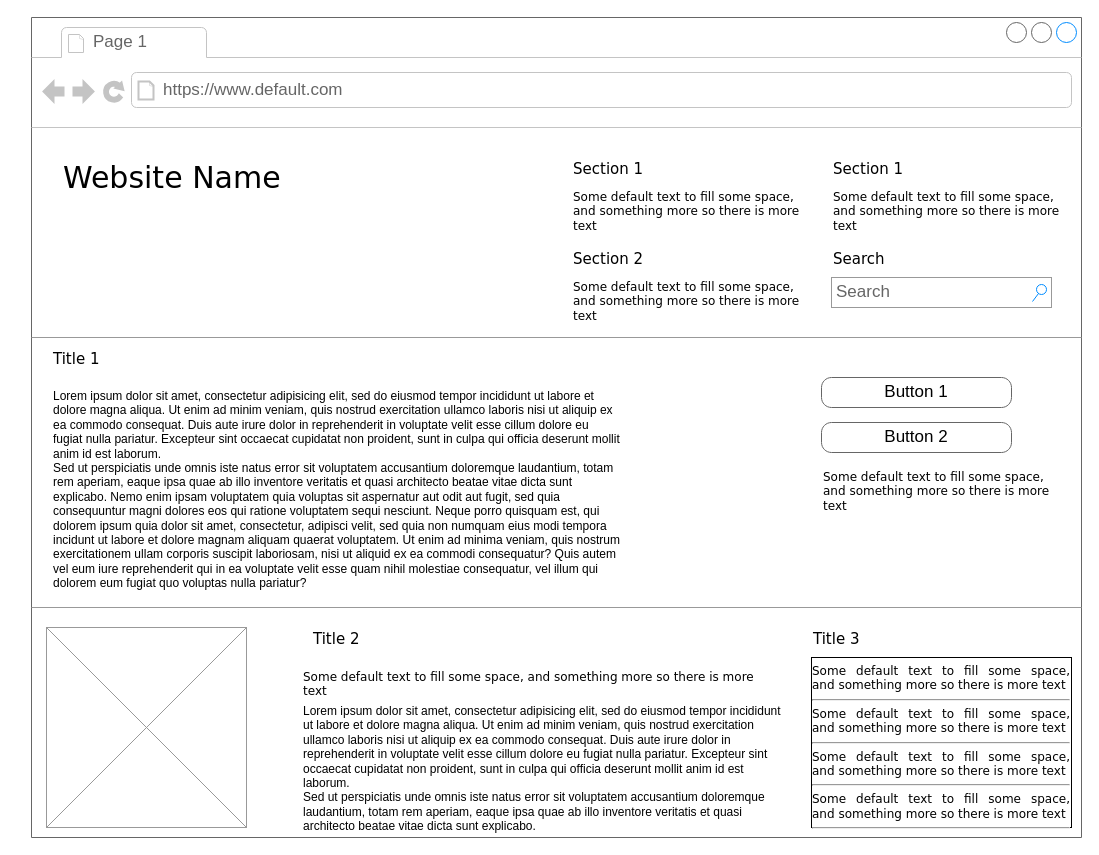
The draw.io diagram Amazing_stargazing.drawio in celia10335/Disenyo-interfaces, before the edit. Source tidied: cells renumbered, new cells numbered last; positions are measured from the earlier drawing's top-left corner, leaving out a move shared by most shapes. Both pictures are drawn from the tidied source at 100%, with x=0, y=0 at pixel (31, 17).
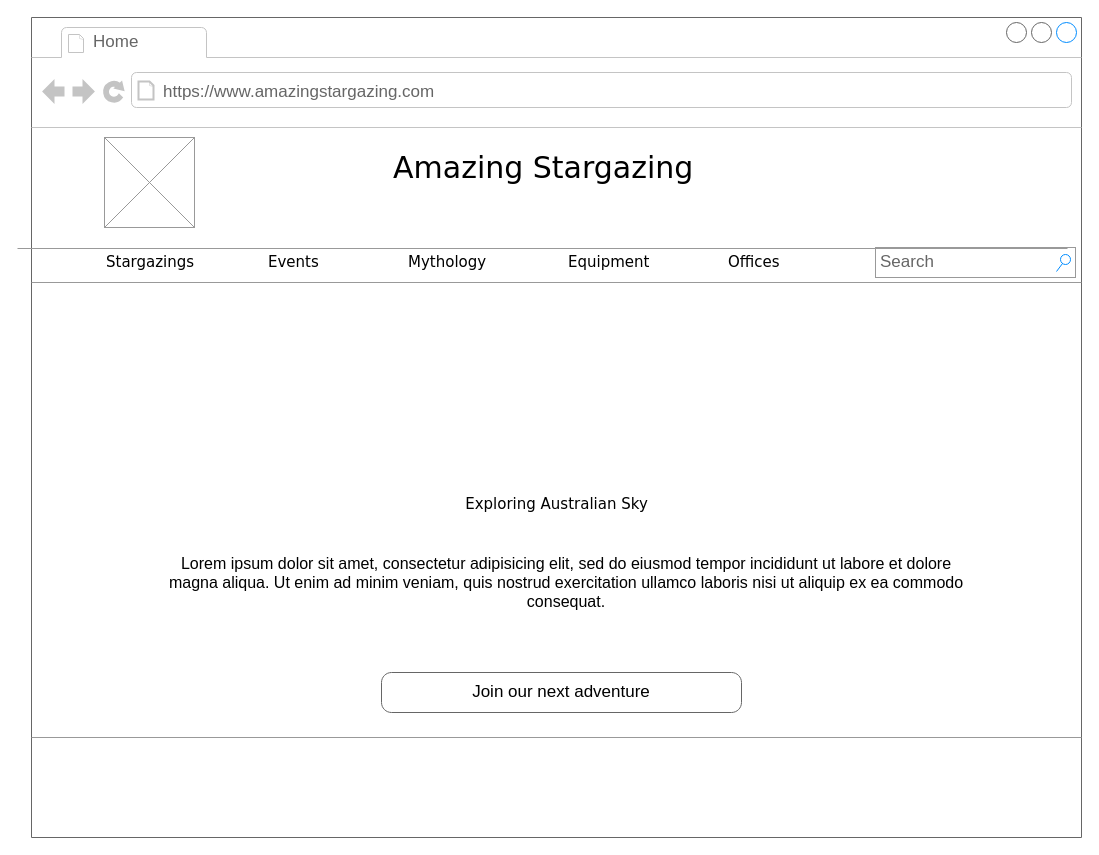
The same diagram, later.

The change refers to these unchanged cells:
```xml
<mxCell id="2" style="strokeWidth=1;shadow=0;dashed=0;align=center;html=1;shape=mxgraph.mockup.containers.browserWindow;rSize=0;strokeColor=#666666;mainText=,;rounded=0;labelBackgroundColor=none;fontFamily=Verdana;fontSize=12;" parent="1" vertex="1">
  <mxGeometry width="1050" height="820" as="geometry" />
</mxCell>
```

Change to the diagram source:
```diff
@@
-    <mxCell id="3" value="Page 1" style="strokeWidth=1;shadow=0;dashed=0;align=center;html=1;shape=mxgraph.mockup.containers.anchor;fontSize=17;fontColor=#666666;align=left;" parent="2" vertex="1">
-      <mxGeometry x="60" y="12" width="110" height="26" as="geometry" />
+    <mxCell id="3" value="Home" style="strokeWidth=1;shadow=0;dashed=0;align=center;html=1;shape=mxgraph.mockup.containers.anchor;fontSize=17;fontColor=#666666;align=left;" parent="2" vertex="1">
+      <mxGeometry x="60" y="12" width="100" height="26" as="geometry" />
     </mxCell>
-    <mxCell id="4" value="https://www.default.com" style="strokeWidth=1;shadow=0;dashed=0;align=center;html=1;shape=mxgraph.mockup.containers.anchor;rSize=0;fontSize=17;fontColor=#666666;align=left;" parent="2" vertex="1">
-      <mxGeometry x="130" y="60" width="250" height="26" as="geometry" />
+    <mxCell id="4" value="https://www.amazingstargazing.com" style="strokeWidth=1;shadow=0;dashed=0;align=center;html=1;shape=mxgraph.mockup.containers.anchor;rSize=0;fontSize=17;fontColor=#666666;align=left;" parent="2" vertex="1">
+      <mxGeometry x="130" y="60" width="250" height="30" as="geometry" />
     </mxCell>
-    <mxCell id="5" value="Website Name" style="text;html=1;align=left;verticalAlign=top;spacingTop=-4;fontSize=30;fontFamily=Verdana;" parent="2" vertex="1">
-      <mxGeometry x="30" y="140" width="340" height="50" as="geometry" />
+    <mxCell id="5" value="Amazing Stargazing" style="text;html=1;align=left;verticalAlign=top;spacingTop=-4;fontSize=30;fontFamily=Verdana;" parent="2" vertex="1">
+      <mxGeometry x="360" y="130" width="340" height="50" as="geometry" />
     </mxCell>
-    <mxCell id="6" value="Section 1" style="text;html=1;align=left;verticalAlign=top;spacingTop=-4;fontSize=15;fontFamily=Verdana;" parent="2" vertex="1">
-      <mxGeometry x="540" y="140" width="170" height="30" as="geometry" />
+    <mxCell id="6" value="Stargazings" style="text;html=1;align=left;verticalAlign=top;spacingTop=-4;fontSize=15;fontFamily=Verdana;" parent="2" vertex="1">
+      <mxGeometry x="73" y="233" width="110" height="30" as="geometry" />
     </mxCell>
-    <mxCell id="7" value="Some default text to fill some space, and&amp;nbsp;&lt;span&gt;something more so there is more text&lt;/span&gt;" style="text;html=1;align=left;verticalAlign=top;spacingTop=-4;fontSize=12;fontFamily=Verdana;whiteSpace=wrap;" parent="2" vertex="1">
-      <mxGeometry x="540" y="170" width="240" height="40" as="geometry" />
-    </mxCell>
-    <mxCell id="8" value="Section 2" style="text;html=1;align=left;verticalAlign=top;spacingTop=-4;fontSize=15;fontFamily=Verdana;" parent="2" vertex="1">
-      <mxGeometry x="540" y="230" width="170" height="30" as="geometry" />
+    <mxCell id="8" value="Events" style="text;html=1;align=left;verticalAlign=top;spacingTop=-4;fontSize=15;fontFamily=Verdana;" parent="2" vertex="1">
+      <mxGeometry x="235" y="233" width="100" height="30" as="geometry" />
     </mxCell>
-    <mxCell id="9" value="Some default text to fill some space, and&amp;nbsp;&lt;span&gt;something more so there is more text&lt;/span&gt;" style="text;html=1;align=left;verticalAlign=top;spacingTop=-4;fontSize=12;fontFamily=Verdana;whiteSpace=wrap;" parent="2" vertex="1">
-      <mxGeometry x="540" y="260" width="240" height="40" as="geometry" />
-    </mxCell>
-    <mxCell id="10" value="Section 1" style="text;html=1;align=left;verticalAlign=top;spacingTop=-4;fontSize=15;fontFamily=Verdana;" parent="2" vertex="1">
-      <mxGeometry x="800" y="140" width="170" height="30" as="geometry" />
+    <mxCell id="10" value="Mythology" style="text;html=1;align=left;verticalAlign=top;spacingTop=-4;fontSize=15;fontFamily=Verdana;" parent="2" vertex="1">
+      <mxGeometry x="375" y="233" width="110" height="30" as="geometry" />
     </mxCell>
-    <mxCell id="11" value="Some default text to fill some space, and&amp;nbsp;&lt;span&gt;something more so there is more text&lt;/span&gt;" style="text;html=1;align=left;verticalAlign=top;spacingTop=-4;fontSize=12;fontFamily=Verdana;whiteSpace=wrap;" parent="2" vertex="1">
-      <mxGeometry x="800" y="170" width="240" height="40" as="geometry" />
-    </mxCell>
-    <mxCell id="12" value="Search" style="text;html=1;align=left;verticalAlign=top;spacingTop=-4;fontSize=15;fontFamily=Verdana;" parent="2" vertex="1">
-      <mxGeometry x="800" y="230" width="170" height="30" as="geometry" />
-    </mxCell>
     <mxCell id="13" value="Search" style="strokeWidth=1;shadow=0;dashed=0;align=center;html=1;shape=mxgraph.mockup.forms.searchBox;strokeColor=#999999;mainText=;strokeColor2=#008cff;fontColor=#666666;fontSize=17;align=left;spacingLeft=3;rounded=0;labelBackgroundColor=none;" parent="2" vertex="1">
-      <mxGeometry x="800" y="260" width="220" height="30" as="geometry" />
+      <mxGeometry x="844" y="230" width="200" height="30" as="geometry" />
     </mxCell>
     <mxCell id="14" style="verticalLabelPosition=bottom;shadow=0;dashed=0;align=center;html=1;verticalAlign=top;strokeWidth=1;shape=mxgraph.mockup.markup.line;strokeColor=#999999;rounded=0;labelBackgroundColor=none;fillColor=#ffffff;fontFamily=Verdana;fontSize=12;fontColor=#000000;" parent="2" vertex="1">
-      <mxGeometry y="310" width="1050" height="20" as="geometry" />
+      <mxGeometry y="255" width="1050" height="20" as="geometry" />
     </mxCell>
-    <mxCell id="15" value="Title 1" style="text;html=1;align=left;verticalAlign=top;spacingTop=-4;fontSize=15;fontFamily=Verdana;" parent="2" vertex="1">
-      <mxGeometry x="20" y="330" width="170" height="30" as="geometry" />
+    <mxCell id="15" value="Exploring Australian Sky" style="text;html=1;align=center;verticalAlign=top;spacingTop=-4;fontSize=15;fontFamily=Verdana;" parent="2" vertex="1">
+      <mxGeometry x="415" y="475" width="220" height="30" as="geometry" />
     </mxCell>
-    <mxCell id="16" value="Lorem ipsum dolor sit amet, consectetur adipisicing elit, sed do eiusmod tempor incididunt ut labore et dolore magna aliqua. Ut enim ad minim veniam, quis nostrud exercitation ullamco laboris nisi ut aliquip ex ea commodo consequat. Duis aute irure dolor in reprehenderit in voluptate velit esse cillum dolore eu fugiat nulla pariatur. Excepteur sint occaecat cupidatat non proident, sunt in culpa qui officia deserunt mollit anim id est laborum.&#10;Sed ut perspiciatis unde omnis iste natus error sit voluptatem accusantium doloremque laudantium, totam rem aperiam, eaque ipsa quae ab illo inventore veritatis et quasi architecto beatae vitae dicta sunt explicabo. Nemo enim ipsam voluptatem quia voluptas sit aspernatur aut odit aut fugit, sed quia consequuntur magni dolores eos qui ratione voluptatem sequi nesciunt. Neque porro quisquam est, qui dolorem ipsum quia dolor sit amet, consectetur, adipisci velit, sed quia non numquam eius modi tempora incidunt ut labore et dolore magnam aliquam quaerat voluptatem. Ut enim ad minima veniam, quis nostrum exercitationem ullam corporis suscipit laboriosam, nisi ut aliquid ex ea commodi consequatur? Quis autem vel eum iure reprehenderit qui in ea voluptate velit esse quam nihil molestiae consequatur, vel illum qui dolorem eum fugiat quo voluptas nulla pariatur?" style="text;spacingTop=-5;whiteSpace=wrap;html=1;align=left;fontSize=12;fontFamily=Helvetica;fillColor=none;strokeColor=none;rounded=0;shadow=1;labelBackgroundColor=none;" parent="2" vertex="1">
-      <mxGeometry x="20" y="370" width="570" height="240" as="geometry" />
+    <mxCell id="16" value="Lorem ipsum dolor sit amet, consectetur adipisicing elit, sed do eiusmod tempor incididunt ut labore et dolore magna aliqua. Ut enim ad minim veniam, quis nostrud exercitation ullamco laboris nisi ut aliquip ex ea commodo consequat." style="text;spacingTop=-5;whiteSpace=wrap;html=1;align=center;fontSize=16;fontFamily=Helvetica;fillColor=none;strokeColor=none;rounded=0;shadow=1;labelBackgroundColor=none;" parent="2" vertex="1">
+      <mxGeometry x="135" y="535" width="800" height="60" as="geometry" />
     </mxCell>
-    <mxCell id="17" value="Button 1" style="strokeWidth=1;shadow=0;dashed=0;align=center;html=1;shape=mxgraph.mockup.buttons.button;strokeColor=#666666;mainText=;buttonStyle=round;fontSize=17;fontStyle=0;fillColor=none;whiteSpace=wrap;rounded=0;labelBackgroundColor=none;" parent="2" vertex="1">
-      <mxGeometry x="790" y="360" width="190" height="30" as="geometry" />
+    <mxCell id="17" value="Join our next adventure" style="strokeWidth=1;shadow=0;dashed=0;align=center;html=1;shape=mxgraph.mockup.buttons.button;strokeColor=#666666;mainText=;buttonStyle=round;fontSize=17;fontStyle=0;fillColor=none;whiteSpace=wrap;rounded=0;labelBackgroundColor=none;" parent="2" vertex="1">
+      <mxGeometry x="350" y="655" width="360" height="40" as="geometry" />
     </mxCell>
-    <mxCell id="18" value="Button 2" style="strokeWidth=1;shadow=0;dashed=0;align=center;html=1;shape=mxgraph.mockup.buttons.button;strokeColor=#666666;mainText=;buttonStyle=round;fontSize=17;fontStyle=0;fillColor=none;whiteSpace=wrap;rounded=0;labelBackgroundColor=none;" parent="2" vertex="1">
-      <mxGeometry x="790" y="405" width="190" height="30" as="geometry" />
-    </mxCell>
-    <mxCell id="19" value="Some default text to fill some space, and&amp;nbsp;&lt;span&gt;something more so there is more text&lt;/span&gt;" style="text;html=1;align=left;verticalAlign=top;spacingTop=-4;fontSize=12;fontFamily=Verdana;whiteSpace=wrap;" parent="2" vertex="1">
-      <mxGeometry x="790" y="450" width="240" height="40" as="geometry" />
-    </mxCell>
     <mxCell id="20" style="verticalLabelPosition=bottom;shadow=0;dashed=0;align=center;html=1;verticalAlign=top;strokeWidth=1;shape=mxgraph.mockup.markup.line;strokeColor=#999999;rounded=0;labelBackgroundColor=none;fillColor=#ffffff;fontFamily=Verdana;fontSize=12;fontColor=#000000;" parent="2" vertex="1">
-      <mxGeometry y="580" width="1050" height="20" as="geometry" />
+      <mxGeometry y="710" width="1050" height="20" as="geometry" />
     </mxCell>
-    <mxCell id="21" style="verticalLabelPosition=bottom;shadow=0;dashed=0;align=center;html=1;verticalAlign=top;strokeWidth=1;shape=mxgraph.mockup.graphics.simpleIcon;strokeColor=#999999;fillColor=#ffffff;rounded=0;labelBackgroundColor=none;fontFamily=Verdana;fontSize=12;fontColor=#000000;" parent="2" vertex="1">
-      <mxGeometry x="15" y="610" width="200" height="200" as="geometry" />
-    </mxCell>
-    <mxCell id="22" value="Title 2" style="text;html=1;align=left;verticalAlign=top;spacingTop=-4;fontSize=15;fontFamily=Verdana;" parent="2" vertex="1">
-      <mxGeometry x="280" y="610" width="170" height="30" as="geometry" />
-    </mxCell>
-    <mxCell id="23" value="Title 3" style="text;html=1;align=left;verticalAlign=top;spacingTop=-4;fontSize=15;fontFamily=Verdana;" parent="2" vertex="1">
-      <mxGeometry x="780" y="610" width="170" height="30" as="geometry" />
-    </mxCell>
-    <mxCell id="24" value="&lt;div style=&quot;text-align: justify&quot;&gt;&lt;span&gt;Some default text to fill some space, and&amp;nbsp;&lt;/span&gt;&lt;span&gt;something more so there is more text&lt;/span&gt;&lt;/div&gt;&lt;div style=&quot;text-align: justify&quot;&gt;&lt;hr id=&quot;null&quot; style=&quot;text-align: justify&quot;&gt;&lt;span&gt;&lt;div style=&quot;text-align: justify&quot;&gt;&lt;span&gt;Some default text to fill some space, and&amp;nbsp;&lt;/span&gt;&lt;span&gt;something more so there is more text&lt;/span&gt;&lt;/div&gt;&lt;/span&gt;&lt;/div&gt;&lt;hr id=&quot;null&quot; style=&quot;text-align: justify&quot;&gt;&lt;span&gt;&lt;div style=&quot;text-align: justify&quot;&gt;&lt;span&gt;Some default text to fill some space, and&amp;nbsp;&lt;/span&gt;&lt;span&gt;something more so there is more text&lt;/span&gt;&lt;/div&gt;&lt;/span&gt;&lt;hr id=&quot;null&quot; style=&quot;text-align: justify&quot;&gt;&lt;span&gt;&lt;div style=&quot;text-align: justify&quot;&gt;&lt;span&gt;Some default text to fill some space, and&amp;nbsp;&lt;/span&gt;&lt;span&gt;something more so there is more text&lt;/span&gt;&lt;/div&gt;&lt;/span&gt;&lt;hr id=&quot;null&quot; style=&quot;text-align: left&quot;&gt;" style="whiteSpace=wrap;html=1;rounded=0;shadow=0;labelBackgroundColor=none;strokeWidth=1;fontFamily=Verdana;fontSize=12;align=center;verticalAlign=top;" parent="2" vertex="1">
-      <mxGeometry x="780" y="640" width="260" height="170" as="geometry" />
-    </mxCell>
-    <mxCell id="25" value="Some default text to fill some space, and&amp;nbsp;&lt;span&gt;something more so there is more text&lt;/span&gt;" style="text;html=1;align=left;verticalAlign=top;spacingTop=-4;fontSize=12;fontFamily=Verdana;whiteSpace=wrap;" parent="2" vertex="1">
-      <mxGeometry x="270" y="650" width="470" height="40" as="geometry" />
-    </mxCell>
-    <mxCell id="26" value="Lorem ipsum dolor sit amet, consectetur adipisicing elit, sed do eiusmod tempor incididunt ut labore et dolore magna aliqua. Ut enim ad minim veniam, quis nostrud exercitation ullamco laboris nisi ut aliquip ex ea commodo consequat. Duis aute irure dolor in reprehenderit in voluptate velit esse cillum dolore eu fugiat nulla pariatur. Excepteur sint occaecat cupidatat non proident, sunt in culpa qui officia deserunt mollit anim id est laborum.&lt;br&gt;Sed ut perspiciatis unde omnis iste natus error sit voluptatem accusantium doloremque laudantium, totam rem aperiam, eaque ipsa quae ab illo inventore veritatis et quasi architecto beatae vitae dicta sunt explicabo.&amp;nbsp;" style="text;spacingTop=-5;whiteSpace=wrap;html=1;align=left;fontSize=12;fontFamily=Helvetica;fillColor=none;strokeColor=none;rounded=0;shadow=1;labelBackgroundColor=none;" parent="1" vertex="1">
-      <mxGeometry x="270" y="685" width="490" height="125" as="geometry" />
-    </mxCell>
+    <mxCell id="27" value="Equipment" style="text;html=1;align=left;verticalAlign=top;spacingTop=-4;fontSize=15;fontFamily=Verdana;" parent="2" vertex="1">
+      <mxGeometry x="535" y="233" width="110" height="30" as="geometry" />
+    </mxCell>
+    <mxCell id="28" value="Offices" style="text;html=1;align=left;verticalAlign=top;spacingTop=-4;fontSize=15;fontFamily=Verdana;" parent="2" vertex="1">
+      <mxGeometry x="695" y="233" width="110" height="30" as="geometry" />
+    </mxCell>
+    <mxCell id="29" style="verticalLabelPosition=bottom;shadow=0;dashed=0;align=center;html=1;verticalAlign=top;strokeWidth=1;shape=mxgraph.mockup.graphics.simpleIcon;strokeColor=#999999;fillColor=#ffffff;rounded=0;labelBackgroundColor=none;fontFamily=Verdana;fontSize=12;fontColor=#000000;" parent="2" vertex="1">
+      <mxGeometry x="73" y="120" width="90" height="90" as="geometry" />
+    </mxCell>
+    <mxCell id="30" style="verticalLabelPosition=bottom;shadow=0;dashed=0;align=center;html=1;verticalAlign=top;strokeWidth=1;shape=mxgraph.mockup.markup.line;strokeColor=#999999;rounded=0;labelBackgroundColor=none;fillColor=#ffffff;fontFamily=Verdana;fontSize=12;fontColor=#000000;" parent="1" vertex="1">
+      <mxGeometry x="-14" y="221" width="1050" height="20" as="geometry" />
+    </mxCell>
```
